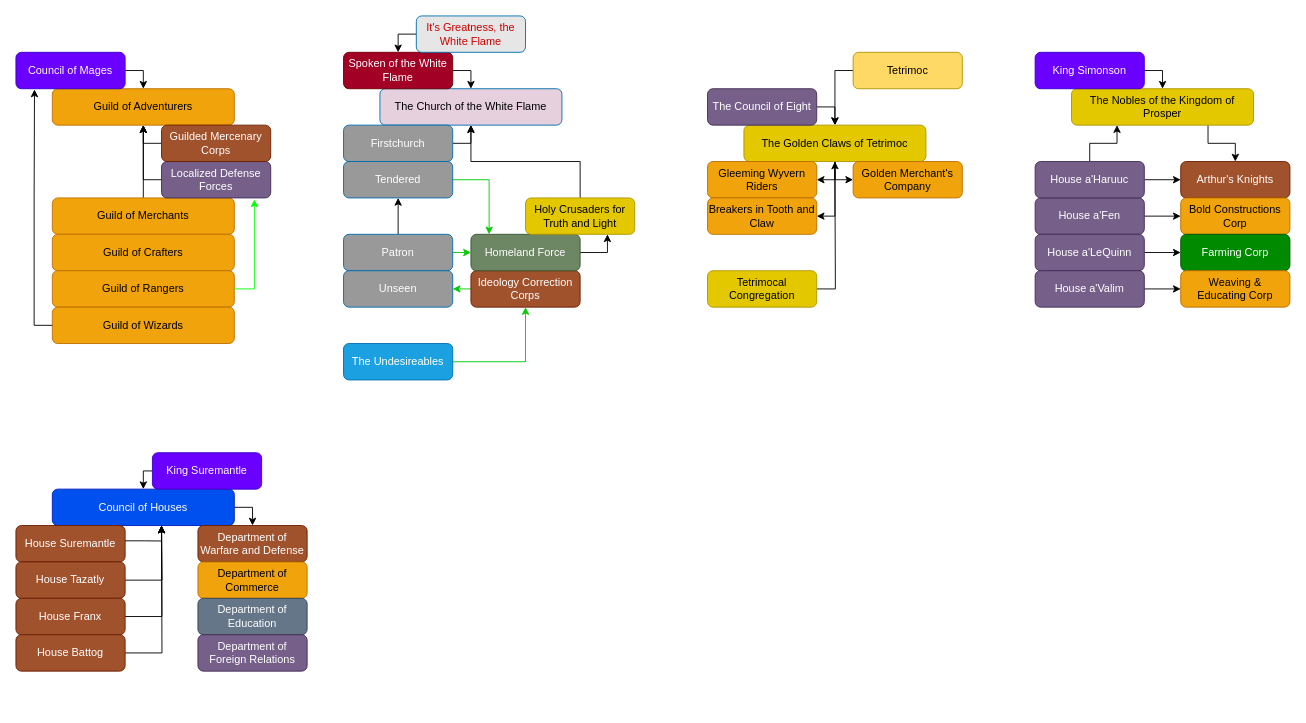
Earlier version of the draw.io diagram MEDIA/SUPP/alatermenianStructures.drawio (craftingcity/The-Known-World). Source tidied: cells renumbered, new cells numbered last; positions are measured from the earlier drawing's top-left corner, leaving out a move shared by most shapes. Both pictures are drawn from the tidied source at 91%, with x=0, y=0 at pixel (15, 15).
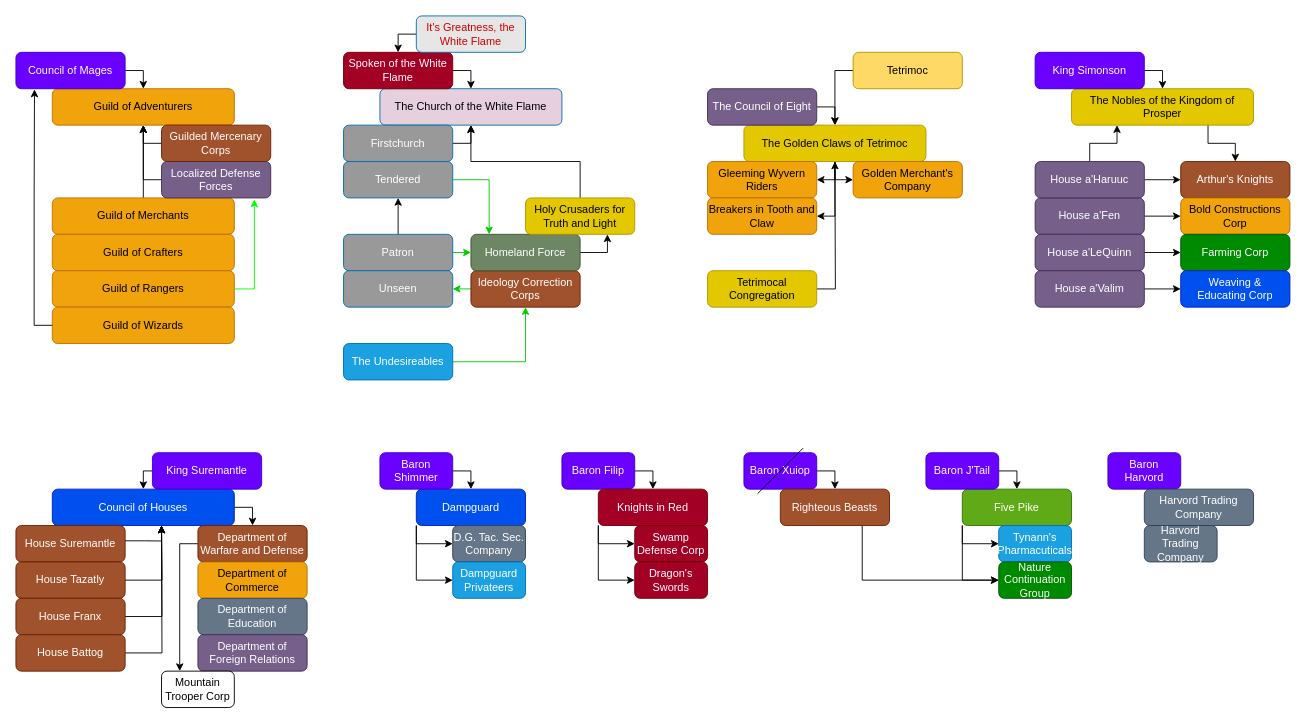
The same diagram, later.

Unchanged cells that the change refers to:
```xml
<mxCell id="28" value="Department of Warfare and Defense" style="rounded=1;whiteSpace=wrap;html=1;fillColor=#a0522d;fontColor=#ffffff;strokeColor=#6D1F00;" parent="1" vertex="1">
  <mxGeometry x="200" y="560" width="120" height="40" as="geometry" />
</mxCell>
```

Change to the diagram source:
```diff
@@
+    <mxCell id="83" style="edgeStyle=orthogonalEdgeStyle;rounded=0;jettySize=auto;html=1;exitX=0;exitY=0.5;exitDx=0;exitDy=0;entryX=0.25;entryY=0;entryDx=0;entryDy=0;" parent="1" edge="1" source="28" target="89">
+      <mxGeometry relative="1" as="geometry" />
+    </mxCell>
@@
-    <mxCell id="82" value="Weaving &amp;amp; Educating&amp;nbsp;&lt;span style=&quot;background-color: initial;&quot;&gt;Corp&lt;/span&gt;" style="rounded=1;whiteSpace=wrap;html=1;fillColor=#f0a30a;fontColor=#000000;strokeColor=#BD7000;" parent="1" vertex="1">
+    <mxCell id="82" value="Weaving &amp;amp; Educating&amp;nbsp;&lt;span style=&quot;background-color: initial;&quot;&gt;Corp&lt;/span&gt;" style="rounded=1;whiteSpace=wrap;html=1;fillColor=#0050ef;fontColor=#ffffff;strokeColor=#001DBC;" parent="1" vertex="1">
       <mxGeometry x="1280" y="280" width="120" height="40" as="geometry" />
     </mxCell>
+    <mxCell id="84" style="edgeStyle=orthogonalEdgeStyle;rounded=0;jettySize=auto;html=1;exitX=0;exitY=1;exitDx=0;exitDy=0;entryX=0;entryY=0.5;entryDx=0;entryDy=0;" parent="1" edge="1" source="86" target="91">
+      <mxGeometry relative="1" as="geometry" />
+    </mxCell>
+    <mxCell id="85" style="edgeStyle=orthogonalEdgeStyle;rounded=0;jettySize=auto;html=1;exitX=0;exitY=1;exitDx=0;exitDy=0;entryX=0;entryY=0.5;entryDx=0;entryDy=0;" parent="1" edge="1" source="86" target="90">
+      <mxGeometry relative="1" as="geometry" />
+    </mxCell>
+    <mxCell id="86" value="Dampguard" style="rounded=1;whiteSpace=wrap;html=1;fillColor=#0050ef;fontColor=#ffffff;strokeColor=#001DBC;" parent="1" vertex="1">
+      <mxGeometry x="440" y="520" width="120" height="40" as="geometry" />
+    </mxCell>
+    <mxCell id="87" style="edgeStyle=orthogonalEdgeStyle;rounded=0;jettySize=auto;html=1;exitX=1;exitY=0.5;exitDx=0;exitDy=0;" parent="1" edge="1" source="88" target="86">
+      <mxGeometry relative="1" as="geometry" />
+    </mxCell>
+    <mxCell id="88" value="Baron Shimmer" style="rounded=1;whiteSpace=wrap;html=1;fillColor=#6a00ff;fontColor=#ffffff;strokeColor=#3700CC;" parent="1" vertex="1">
+      <mxGeometry x="400" y="480" width="80" height="40" as="geometry" />
+    </mxCell>
+    <mxCell id="89" value="Mountain Trooper Corp" style="rounded=1;whiteSpace=wrap;html=1;" parent="1" vertex="1">
+      <mxGeometry x="160" y="720" width="80" height="40" as="geometry" />
+    </mxCell>
+    <mxCell id="90" value="D.G. Tac. Sec. Company" style="rounded=1;whiteSpace=wrap;html=1;fillColor=#647687;fontColor=#ffffff;strokeColor=#314354;" parent="1" vertex="1">
+      <mxGeometry x="480" y="560" width="80" height="40" as="geometry" />
+    </mxCell>
+    <mxCell id="91" value="Dampguard Privateers" style="rounded=1;whiteSpace=wrap;html=1;fillColor=#1ba1e2;fontColor=#ffffff;strokeColor=#006EAF;" parent="1" vertex="1">
+      <mxGeometry x="480" y="600" width="80" height="40" as="geometry" />
+    </mxCell>
+    <mxCell id="92" style="edgeStyle=orthogonalEdgeStyle;rounded=0;jettySize=auto;html=1;exitX=1;exitY=0.5;exitDx=0;exitDy=0;" parent="1" edge="1" source="93" target="96">
+      <mxGeometry relative="1" as="geometry" />
+    </mxCell>
+    <mxCell id="93" value="Baron Filip" style="rounded=1;whiteSpace=wrap;html=1;fillColor=#6a00ff;fontColor=#ffffff;strokeColor=#3700CC;" parent="1" vertex="1">
+      <mxGeometry x="600" y="480" width="80" height="40" as="geometry" />
+    </mxCell>
+    <mxCell id="94" style="edgeStyle=orthogonalEdgeStyle;rounded=0;jettySize=auto;html=1;exitX=0;exitY=1;exitDx=0;exitDy=0;entryX=0;entryY=0.5;entryDx=0;entryDy=0;" parent="1" edge="1" source="96" target="97">
+      <mxGeometry relative="1" as="geometry" />
+    </mxCell>
+    <mxCell id="95" style="edgeStyle=orthogonalEdgeStyle;rounded=0;jettySize=auto;html=1;exitX=0;exitY=1;exitDx=0;exitDy=0;entryX=0;entryY=0.5;entryDx=0;entryDy=0;" parent="1" edge="1" source="96" target="98">
+      <mxGeometry relative="1" as="geometry" />
+    </mxCell>
+    <mxCell id="96" value="Knights in Red" style="rounded=1;whiteSpace=wrap;html=1;fillColor=#a20025;fontColor=#ffffff;strokeColor=#6F0000;" parent="1" vertex="1">
+      <mxGeometry x="640" y="520" width="120" height="40" as="geometry" />
+    </mxCell>
+    <mxCell id="97" value="Swamp Defense Corp" style="rounded=1;whiteSpace=wrap;html=1;fillColor=#a20025;fontColor=#ffffff;strokeColor=#6F0000;" parent="1" vertex="1">
+      <mxGeometry x="680" y="560" width="80" height="40" as="geometry" />
+    </mxCell>
+    <mxCell id="98" value="Dragon's Swords" style="rounded=1;whiteSpace=wrap;html=1;fillColor=#a20025;fontColor=#ffffff;strokeColor=#6F0000;" parent="1" vertex="1">
+      <mxGeometry x="680" y="600" width="80" height="40" as="geometry" />
+    </mxCell>
+    <mxCell id="99" style="edgeStyle=orthogonalEdgeStyle;rounded=0;jettySize=auto;html=1;exitX=0;exitY=1;exitDx=0;exitDy=0;entryX=0;entryY=0.5;entryDx=0;entryDy=0;" parent="1" edge="1" source="101" target="104">
+      <mxGeometry relative="1" as="geometry" />
+    </mxCell>
+    <mxCell id="100" style="edgeStyle=orthogonalEdgeStyle;rounded=0;jettySize=auto;html=1;exitX=0;exitY=1;exitDx=0;exitDy=0;entryX=0;entryY=0.5;entryDx=0;entryDy=0;" parent="1" edge="1" source="101" target="105">
+      <mxGeometry relative="1" as="geometry" />
+    </mxCell>
+    <mxCell id="101" value="Five Pike" style="rounded=1;whiteSpace=wrap;html=1;fillColor=#60a917;fontColor=#ffffff;strokeColor=#2D7600;" parent="1" vertex="1">
+      <mxGeometry x="1040" y="520" width="120" height="40" as="geometry" />
+    </mxCell>
+    <mxCell id="102" style="edgeStyle=orthogonalEdgeStyle;rounded=0;jettySize=auto;html=1;exitX=1;exitY=0.5;exitDx=0;exitDy=0;" parent="1" edge="1" source="103" target="101">
+      <mxGeometry relative="1" as="geometry" />
+    </mxCell>
+    <mxCell id="103" value="Baron J'Tail" style="rounded=1;whiteSpace=wrap;html=1;fillColor=#6a00ff;fontColor=#ffffff;strokeColor=#3700CC;" parent="1" vertex="1">
+      <mxGeometry x="1000" y="480" width="80" height="40" as="geometry" />
+    </mxCell>
+    <mxCell id="104" value="Tynann's Pharmacuticals" style="rounded=1;whiteSpace=wrap;html=1;fillColor=#1ba1e2;fontColor=#ffffff;strokeColor=#006EAF;" parent="1" vertex="1">
+      <mxGeometry x="1080" y="560" width="80" height="40" as="geometry" />
+    </mxCell>
+    <mxCell id="105" value="Nature Continuation Group" style="rounded=1;whiteSpace=wrap;html=1;fillColor=#008a00;fontColor=#ffffff;strokeColor=#005700;" parent="1" vertex="1">
+      <mxGeometry x="1080" y="600" width="80" height="40" as="geometry" />
+    </mxCell>
+    <mxCell id="106" style="edgeStyle=orthogonalEdgeStyle;rounded=0;jettySize=auto;html=1;exitX=1;exitY=0.5;exitDx=0;exitDy=0;" parent="1" edge="1" source="107" target="109">
+      <mxGeometry relative="1" as="geometry" />
+    </mxCell>
+    <mxCell id="107" value="Baron Xuiop" style="rounded=1;whiteSpace=wrap;html=1;fillColor=#6a00ff;fontColor=#ffffff;strokeColor=#3700CC;" parent="1" vertex="1">
+      <mxGeometry x="800" y="480" width="80" height="40" as="geometry" />
+    </mxCell>
+    <mxCell id="108" style="edgeStyle=orthogonalEdgeStyle;rounded=0;jettySize=auto;html=1;exitX=0.75;exitY=1;exitDx=0;exitDy=0;entryX=0;entryY=0.5;entryDx=0;entryDy=0;" parent="1" edge="1" source="109" target="105">
+      <mxGeometry relative="1" as="geometry" />
+    </mxCell>
+    <mxCell id="109" value="Righteous Beasts" style="rounded=1;whiteSpace=wrap;html=1;fillColor=#a0522d;fontColor=#ffffff;strokeColor=#6D1F00;" parent="1" vertex="1">
+      <mxGeometry x="840" y="520" width="120" height="40" as="geometry" />
+    </mxCell>
+    <mxCell id="110" style="endArrow=none;html=1;rounded=0;strokeColor=#000000;" parent="1" edge="1">
+      <mxGeometry relative="1" as="geometry">
+        <mxPoint x="815" y="525" as="sourcePoint" />
+        <mxPoint x="865" y="475" as="targetPoint" />
+      </mxGeometry>
+    </mxCell>
+    <mxCell id="111" value="Baron Harvord" style="rounded=1;whiteSpace=wrap;html=1;fillColor=#6a00ff;fontColor=#ffffff;strokeColor=#3700CC;" parent="1" vertex="1">
+      <mxGeometry x="1200" y="480" width="80" height="40" as="geometry" />
+    </mxCell>
+    <mxCell id="112" value="Harvord Trading Company" style="rounded=1;whiteSpace=wrap;html=1;fillColor=#647687;fontColor=#ffffff;strokeColor=#314354;" parent="1" vertex="1">
+      <mxGeometry x="1240" y="520" width="120" height="40" as="geometry" />
+    </mxCell>
+    <mxCell id="113" value="Harvord Trading Company" style="rounded=1;whiteSpace=wrap;html=1;fillColor=#647687;fontColor=#ffffff;strokeColor=#314354;" parent="1" vertex="1">
+      <mxGeometry x="1240" y="560" width="80" height="40" as="geometry" />
+    </mxCell>
```
